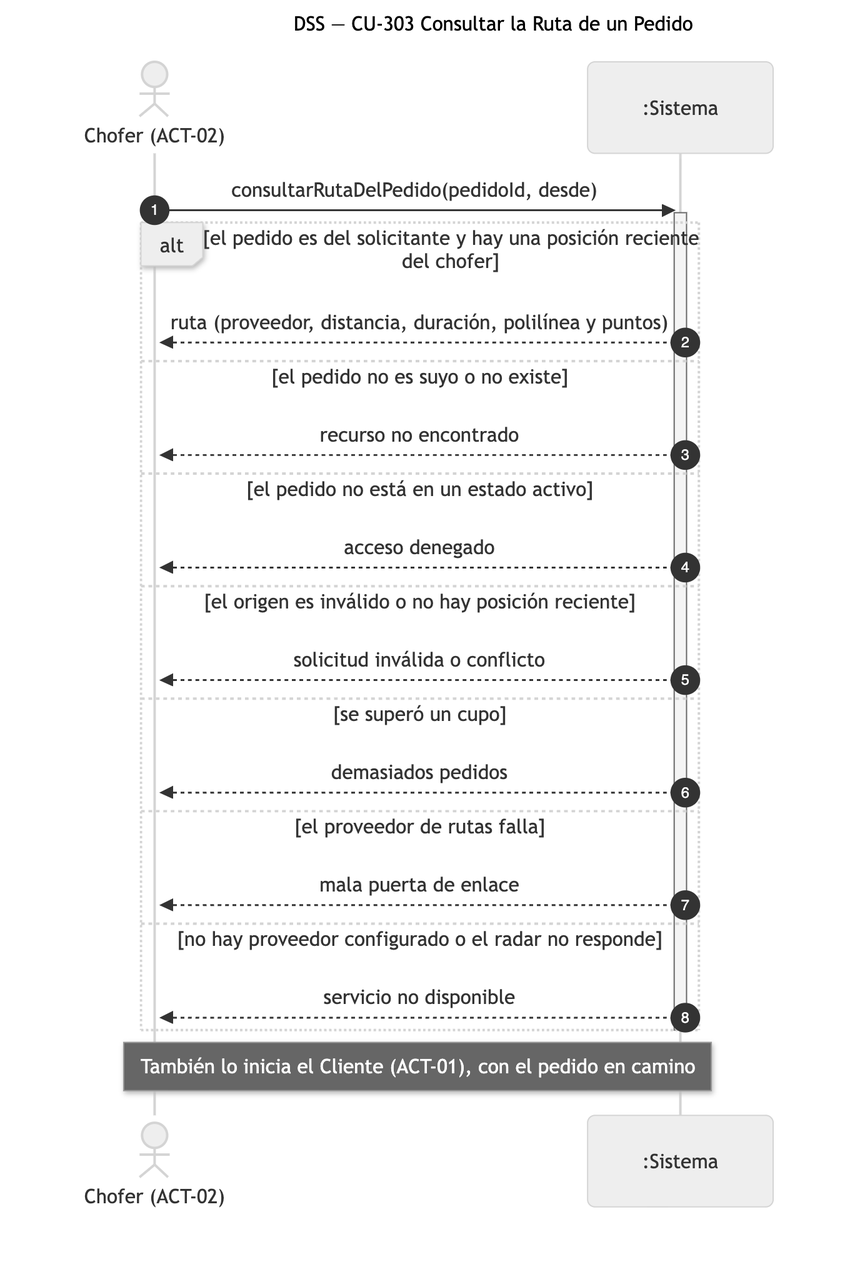
Nahuelito-Dev/splg-docs keeps this Mermaid diagram as diagramas/png/DSS_CU-303_Consultar-la-Ruta-de-un-Pedido.png. Above is the earlier version. Its source is kept beside it as diagramas/DSS_CU-303_Consultar-la-Ruta-de-un-Pedido.mmd.
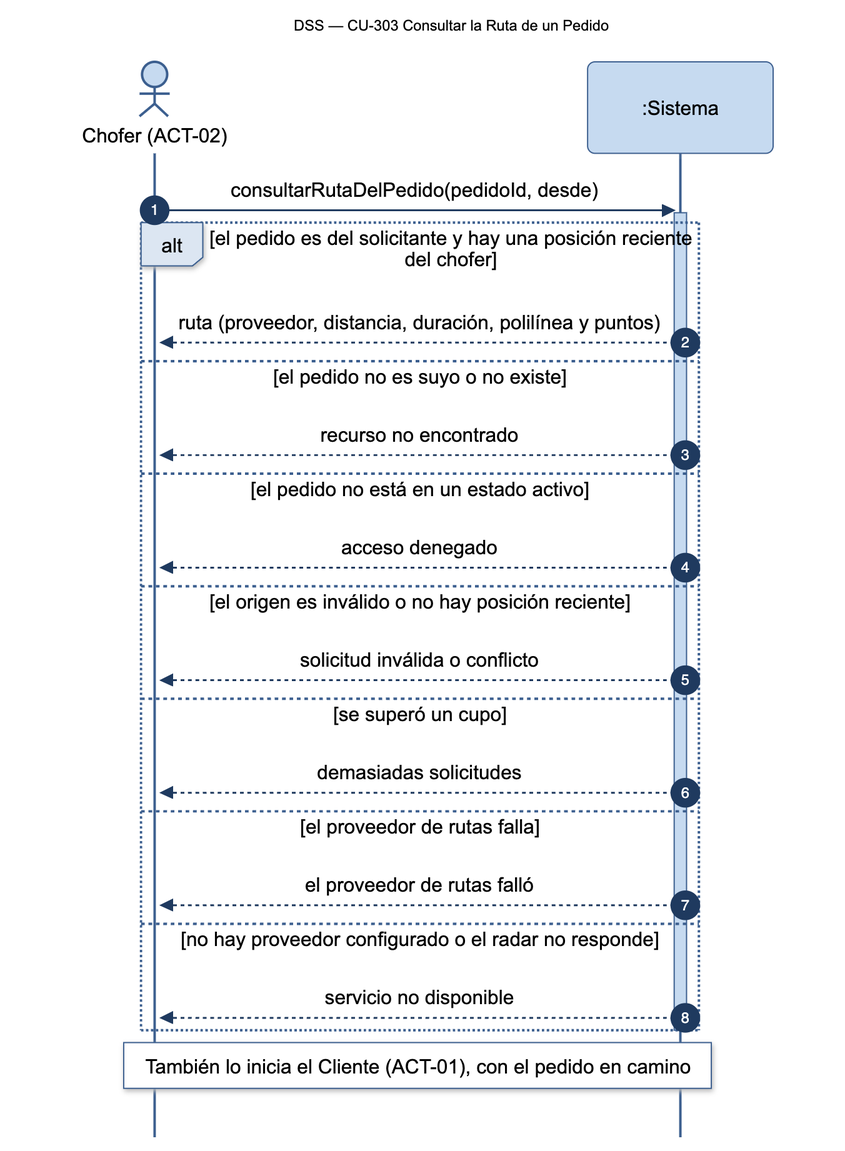
The same diagram one commit later.

Change to the diagram source:
```diff
@@ -15,9 +15,9 @@
     else el origen es inválido o no hay posición reciente
         SIS-->>CHO: solicitud inválida o conflicto
     else se superó un cupo
-        SIS-->>CHO: demasiados pedidos
+        SIS-->>CHO: demasiadas solicitudes
     else el proveedor de rutas falla
-        SIS-->>CHO: mala puerta de enlace
+        SIS-->>CHO: el proveedor de rutas falló
     else no hay proveedor configurado o el radar no responde
         SIS-->>CHO: servicio no disponible
     end
```
